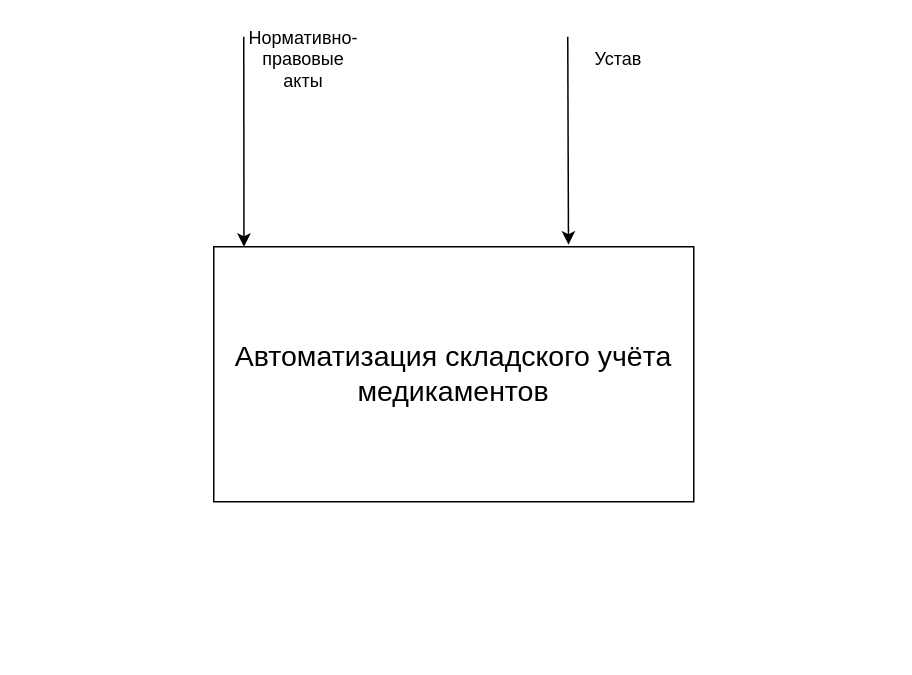
The draw.io diagram Диаграмма без названия.drawio in Lokerty64/origin, before the edit. Source tidied: cells renumbered, new cells numbered last; positions are measured from the earlier drawing's top-left corner, leaving out a move shared by most shapes. Both pictures are drawn from the tidied source at 150%, with x=0, y=0 at pixel (213, 36).
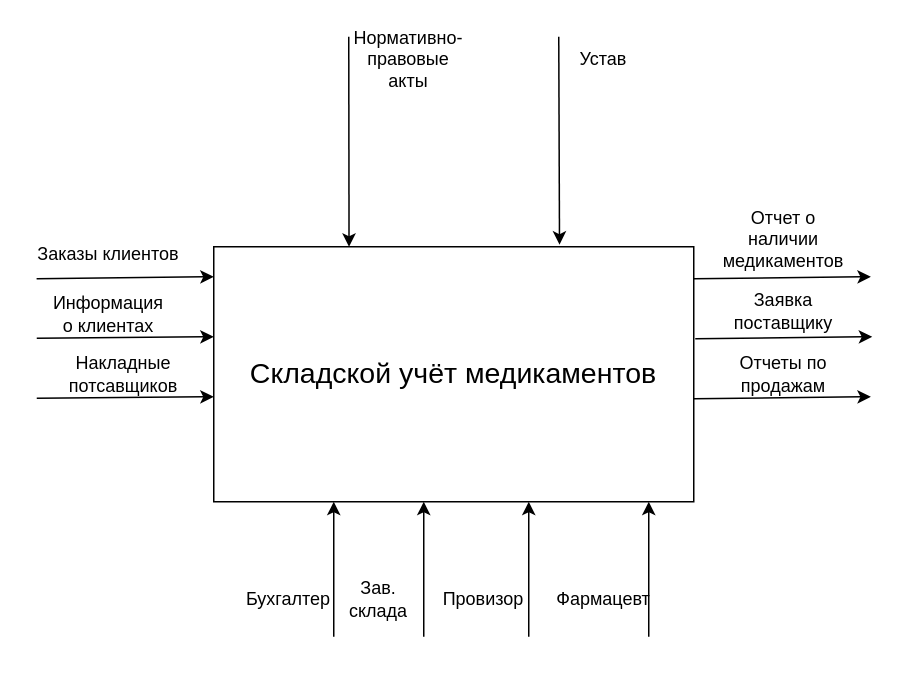
After the change.

What changed in the source:
```diff
@@
-    <mxCell id="2" value="&lt;font style=&quot;font-size: 19px;&quot;&gt;Автоматизация складского учёта медикаментов&lt;/font&gt;" style="rounded=0;whiteSpace=wrap;html=1;" parent="1" vertex="1">
+    <mxCell id="2" value="&lt;font style=&quot;font-size: 19px;&quot;&gt;Складской учёт медикаментов&lt;/font&gt;" style="rounded=0;whiteSpace=wrap;html=1;" parent="1" vertex="1">
       <mxGeometry y="140" width="320" height="170" as="geometry" />
     </mxCell>
-    <mxCell id="3" style="endArrow=classic;html=1;rounded=0;entryX=0.063;entryY=0;entryDx=0;entryDy=0;entryPerimeter=0;" parent="1" edge="1" target="2">
+    <mxCell id="3" style="endArrow=classic;html=1;rounded=0;entryX=0.063;entryY=0;entryDx=0;entryDy=0;entryPerimeter=0;" parent="1" edge="1">
       <mxGeometry relative="1" as="geometry">
-        <mxPoint x="20" as="sourcePoint" />
+        <mxPoint x="90" as="sourcePoint" />
+        <mxPoint x="90.2" y="140" as="targetPoint" />
       </mxGeometry>
     </mxCell>
     <mxCell id="4" value="Нормативно-правовые акты" style="text;html=1;align=center;verticalAlign=middle;whiteSpace=wrap;rounded=0;" parent="1" vertex="1">
-      <mxGeometry x="30" width="60" height="30" as="geometry" />
+      <mxGeometry x="100" width="60" height="30" as="geometry" />
     </mxCell>
-    <mxCell id="5" style="endArrow=classic;html=1;rounded=0;entryX=0.739;entryY=-0.008;entryDx=0;entryDy=0;entryPerimeter=0;" parent="1" edge="1" target="2">
+    <mxCell id="5" style="endArrow=classic;html=1;rounded=0;entryX=0.739;entryY=-0.008;entryDx=0;entryDy=0;entryPerimeter=0;" parent="1" edge="1">
       <mxGeometry relative="1" as="geometry">
-        <mxPoint x="236" as="sourcePoint" />
+        <mxPoint x="230" as="sourcePoint" />
+        <mxPoint x="230.5" y="138.6" as="targetPoint" />
       </mxGeometry>
     </mxCell>
     <mxCell id="6" value="Устав" style="text;html=1;align=center;verticalAlign=middle;whiteSpace=wrap;rounded=0;" parent="1" vertex="1">
-      <mxGeometry x="240" width="60" height="30" as="geometry" />
+      <mxGeometry x="230" width="60" height="30" as="geometry" />
     </mxCell>
+    <mxCell id="7" style="endArrow=classic;html=1;rounded=0;entryX=-0.006;entryY=0.11;entryDx=0;entryDy=0;entryPerimeter=0;" parent="1" edge="1">
+      <mxGeometry relative="1" as="geometry">
+        <mxPoint x="-118.1" y="161.3" as="sourcePoint" />
+        <mxPoint y="160" as="targetPoint" />
+      </mxGeometry>
+    </mxCell>
+    <mxCell id="8" value="&lt;span style=&quot;text-wrap: nowrap; background-color: rgb(255, 255, 255);&quot;&gt;&lt;font style=&quot;font-size: 12px;&quot;&gt;Заказы клиентов&lt;/font&gt;&lt;/span&gt;" style="text;html=1;align=center;verticalAlign=middle;whiteSpace=wrap;rounded=0;" parent="1" vertex="1">
+      <mxGeometry x="-100" y="130" width="60" height="30" as="geometry" />
+    </mxCell>
+    <mxCell id="9" style="endArrow=classic;html=1;rounded=0;entryX=-0.006;entryY=0.11;entryDx=0;entryDy=0;entryPerimeter=0;" parent="1" edge="1">
+      <mxGeometry relative="1" as="geometry">
+        <mxPoint x="-118" y="201" as="sourcePoint" />
+        <mxPoint y="200" as="targetPoint" />
+      </mxGeometry>
+    </mxCell>
+    <mxCell id="10" value="Информация о клиентах" style="text;html=1;align=center;verticalAlign=middle;whiteSpace=wrap;rounded=0;" parent="1" vertex="1">
+      <mxGeometry x="-100" y="170" width="60" height="30" as="geometry" />
+    </mxCell>
+    <mxCell id="11" style="endArrow=classic;html=1;rounded=0;entryX=-0.006;entryY=0.11;entryDx=0;entryDy=0;entryPerimeter=0;" parent="1" edge="1">
+      <mxGeometry relative="1" as="geometry">
+        <mxPoint x="-118" y="241" as="sourcePoint" />
+        <mxPoint y="240" as="targetPoint" />
+      </mxGeometry>
+    </mxCell>
+    <mxCell id="12" value="Накладные потсавщиков" style="text;html=1;align=center;verticalAlign=middle;whiteSpace=wrap;rounded=0;" parent="1" vertex="1">
+      <mxGeometry x="-90" y="210" width="60" height="30" as="geometry" />
+    </mxCell>
+    <mxCell id="13" style="endArrow=classic;html=1;rounded=0;" parent="1" edge="1">
+      <mxGeometry relative="1" as="geometry">
+        <mxPoint x="290" y="400" as="sourcePoint" />
+        <mxPoint x="290" y="310" as="targetPoint" />
+      </mxGeometry>
+    </mxCell>
+    <mxCell id="14" value="Фармацевт" style="text;html=1;align=center;verticalAlign=middle;whiteSpace=wrap;rounded=0;" parent="1" vertex="1">
+      <mxGeometry x="230" y="360" width="60" height="30" as="geometry" />
+    </mxCell>
+    <mxCell id="15" style="endArrow=classic;html=1;rounded=0;" parent="1" edge="1">
+      <mxGeometry relative="1" as="geometry">
+        <mxPoint x="210" y="400" as="sourcePoint" />
+        <mxPoint x="210" y="310" as="targetPoint" />
+      </mxGeometry>
+    </mxCell>
+    <mxCell id="16" value="Провизор" style="text;html=1;align=center;verticalAlign=middle;whiteSpace=wrap;rounded=0;" parent="1" vertex="1">
+      <mxGeometry x="150" y="360" width="60" height="30" as="geometry" />
+    </mxCell>
+    <mxCell id="17" style="endArrow=classic;html=1;rounded=0;" parent="1" edge="1">
+      <mxGeometry relative="1" as="geometry">
+        <mxPoint x="140" y="400" as="sourcePoint" />
+        <mxPoint x="140" y="310" as="targetPoint" />
+      </mxGeometry>
+    </mxCell>
+    <mxCell id="18" value="Зав. склада" style="text;html=1;align=center;verticalAlign=middle;whiteSpace=wrap;rounded=0;" parent="1" vertex="1">
+      <mxGeometry x="80" y="360" width="60" height="30" as="geometry" />
+    </mxCell>
+    <mxCell id="19" style="endArrow=classic;html=1;rounded=0;" parent="1" edge="1">
+      <mxGeometry relative="1" as="geometry">
+        <mxPoint x="80" y="400" as="sourcePoint" />
+        <mxPoint x="80" y="310" as="targetPoint" />
+      </mxGeometry>
+    </mxCell>
+    <mxCell id="20" value="Бухгалтер" style="text;html=1;align=center;verticalAlign=middle;whiteSpace=wrap;rounded=0;" parent="1" vertex="1">
+      <mxGeometry x="20" y="360" width="60" height="30" as="geometry" />
+    </mxCell>
+    <mxCell id="21" style="endArrow=classic;html=1;rounded=0;entryX=-0.006;entryY=0.11;entryDx=0;entryDy=0;entryPerimeter=0;" parent="1" edge="1">
+      <mxGeometry relative="1" as="geometry">
+        <mxPoint x="320" y="161.3" as="sourcePoint" />
+        <mxPoint x="438.1" y="160" as="targetPoint" />
+      </mxGeometry>
+    </mxCell>
+    <mxCell id="22" value="Отчет о наличии медикаментов" style="text;html=1;align=center;verticalAlign=middle;whiteSpace=wrap;rounded=0;" parent="1" vertex="1">
+      <mxGeometry x="350" y="120" width="60" height="30" as="geometry" />
+    </mxCell>
+    <mxCell id="23" style="endArrow=classic;html=1;rounded=0;entryX=-0.006;entryY=0.11;entryDx=0;entryDy=0;entryPerimeter=0;" parent="1" edge="1">
+      <mxGeometry relative="1" as="geometry">
+        <mxPoint x="321" y="201.3" as="sourcePoint" />
+        <mxPoint x="439" y="200" as="targetPoint" />
+      </mxGeometry>
+    </mxCell>
+    <mxCell id="24" value="Заявка поставщику" style="text;html=1;align=center;verticalAlign=middle;whiteSpace=wrap;rounded=0;" parent="1" vertex="1">
+      <mxGeometry x="350" y="165" width="60" height="35" as="geometry" />
+    </mxCell>
+    <mxCell id="25" style="endArrow=classic;html=1;rounded=0;entryX=-0.006;entryY=0.11;entryDx=0;entryDy=0;entryPerimeter=0;" parent="1" edge="1">
+      <mxGeometry relative="1" as="geometry">
+        <mxPoint x="320" y="241.3" as="sourcePoint" />
+        <mxPoint x="438.1" y="240" as="targetPoint" />
+      </mxGeometry>
+    </mxCell>
+    <mxCell id="26" value="Отчеты по продажам" style="text;html=1;align=center;verticalAlign=middle;whiteSpace=wrap;rounded=0;" parent="1" vertex="1">
+      <mxGeometry x="350" y="210" width="60" height="30" as="geometry" />
+    </mxCell>
```
